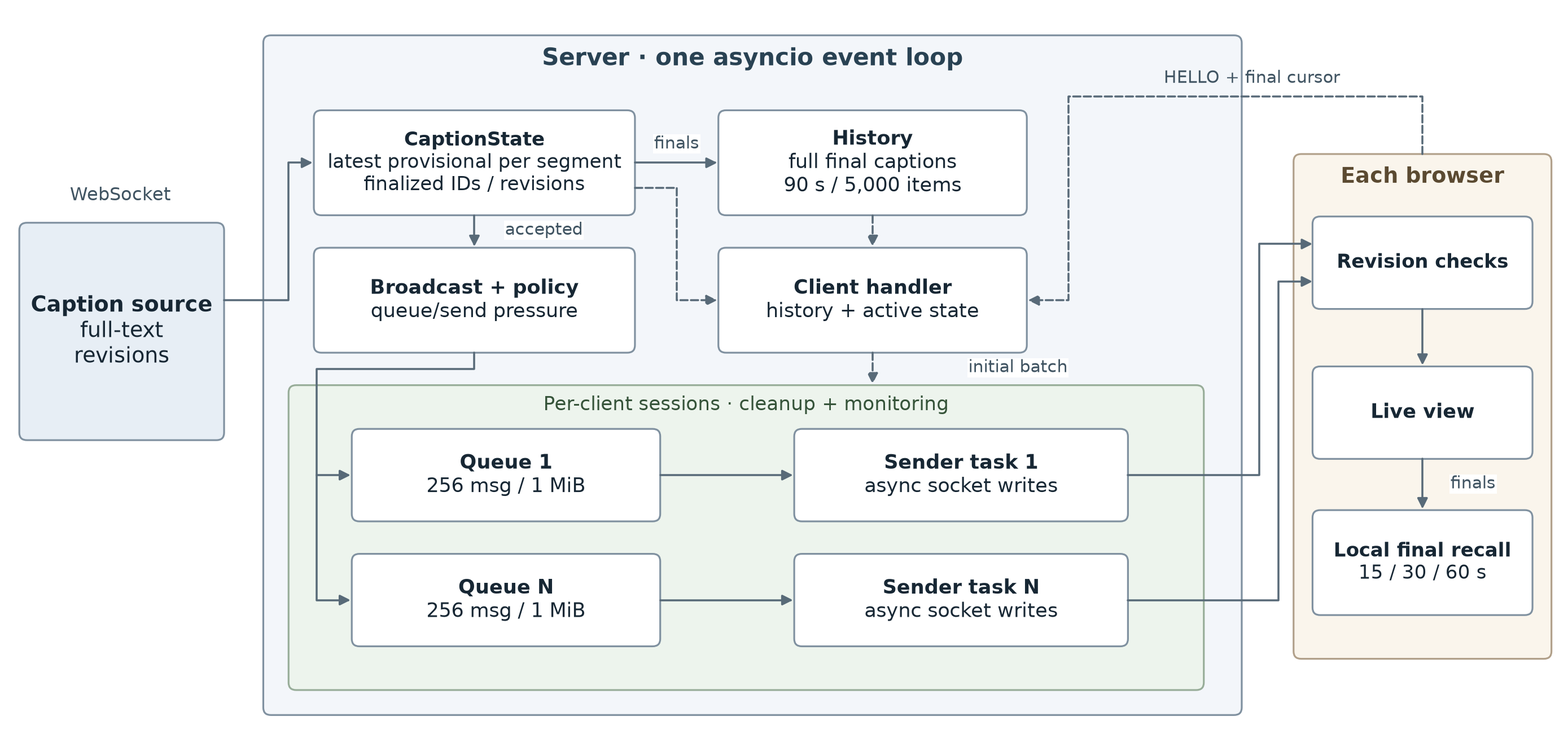
Above: docs/report/figures/system_architecture.png in lulu-wen/cs3103-a4-liverecall (Mermaid), before the change. Its source is kept beside it as docs/report/figures/system_architecture.mmd.
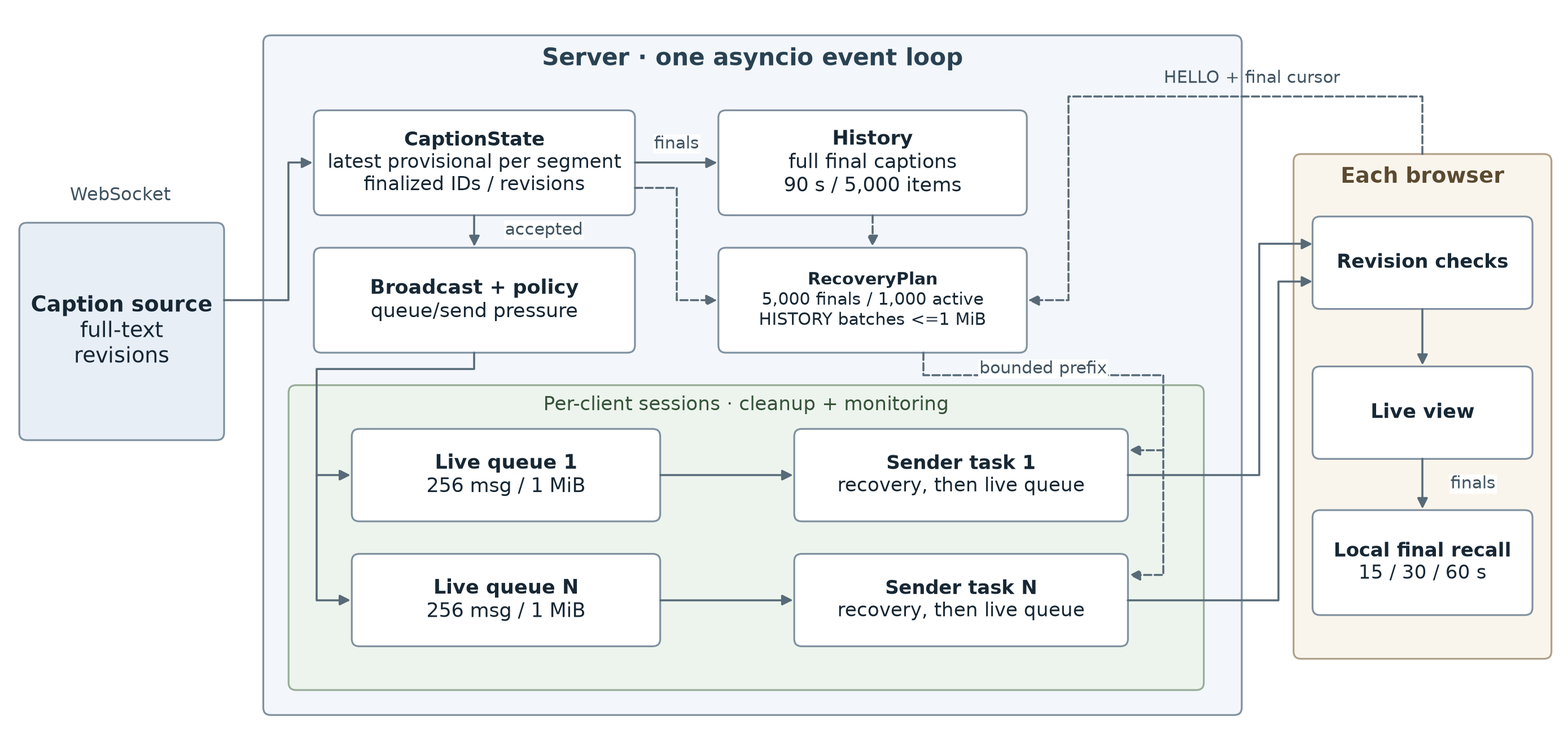
The same file after the commit.

Change to the diagram source:
```diff
@@ -3,15 +3,16 @@
   subgraph SERVER[Server: one asyncio event loop]
     STATE -->|finals| HISTORY[History: full final captions, 90 s / 5000 items]
     STATE --> POLICY[Broadcast and per-client overload policy]
-    STATE -. active snapshot .-> JOIN[Client handler]
+    STATE -. active snapshot .-> JOIN[RecoveryPlan: bounded snapshot, HISTORY batches up to 1 MiB]
     HISTORY -. recovery .-> JOIN
     subgraph SESSIONS[Independent client sessions: cleanup and monitoring]
-      Q1[Queue 1: 256 messages / 1 MiB] --> TX1[Sender task 1]
-      QN[Queue N: 256 messages / 1 MiB] --> TXN[Sender task N]
+      Q1[Live queue 1: 256 messages / 1 MiB] --> TX1[Sender 1: recovery prefix then live queue]
+      QN[Live queue N: 256 messages / 1 MiB] --> TXN[Sender N: recovery prefix then live queue]
     end
     POLICY --> Q1
     POLICY --> QN
-    JOIN -. initial batch .-> SESSIONS
+    JOIN -. bounded recovery prefix .-> TX1
+    JOIN -. bounded recovery prefix .-> TXN
   end
   TX1 --> BROWSER[Each browser: revision checks, live view and final recall]
   TXN --> BROWSER
```
